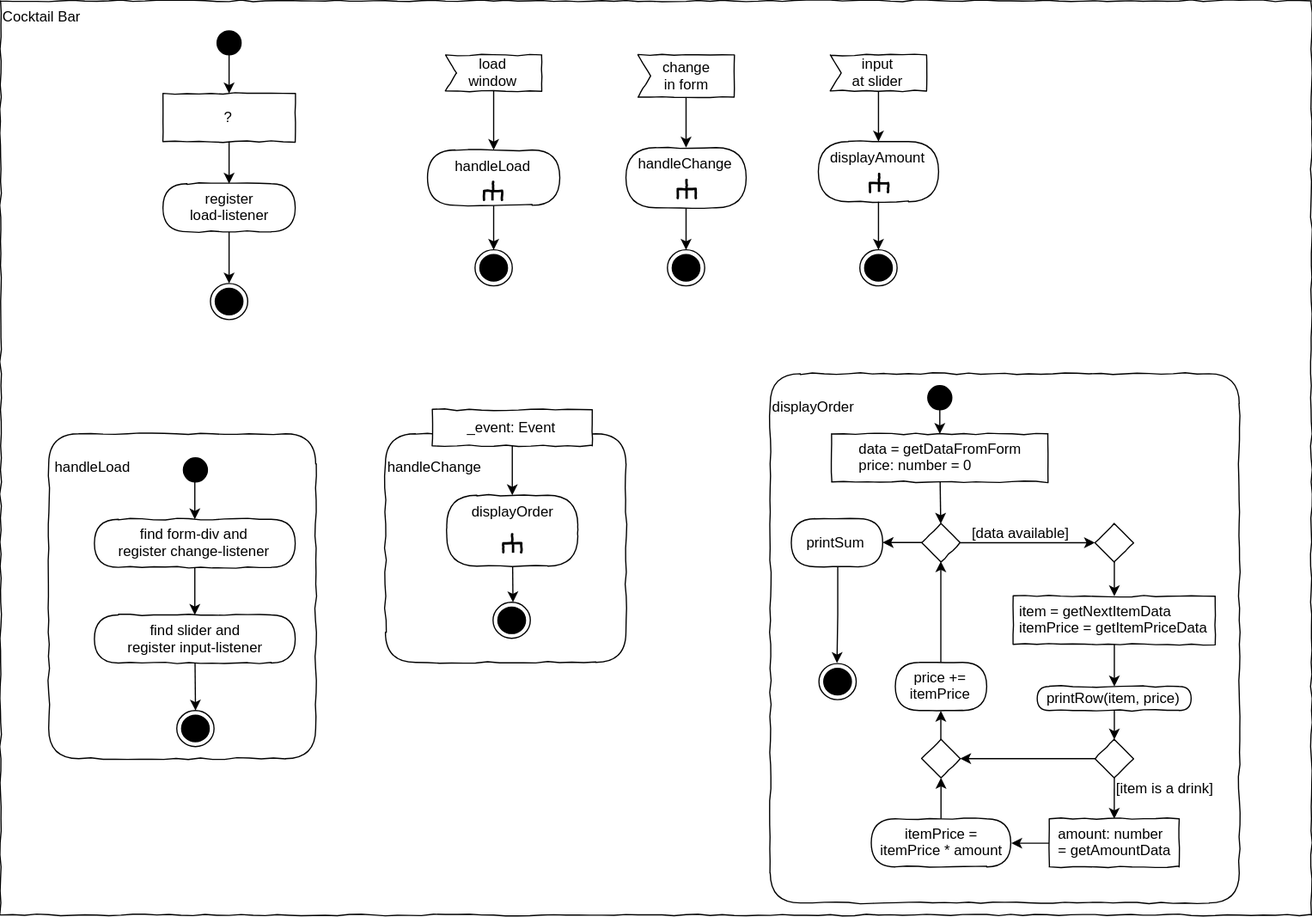
This is L03_FormElements/Material/draw.io/Activity.svg from JirkaDellOro/EIA2-Inverted, a draw.io export, as it was before one commit. Source tidied: cells renumbered, new cells last; positions are measured from the earlier drawing's top-left corner, leaving out a move shared by most shapes.
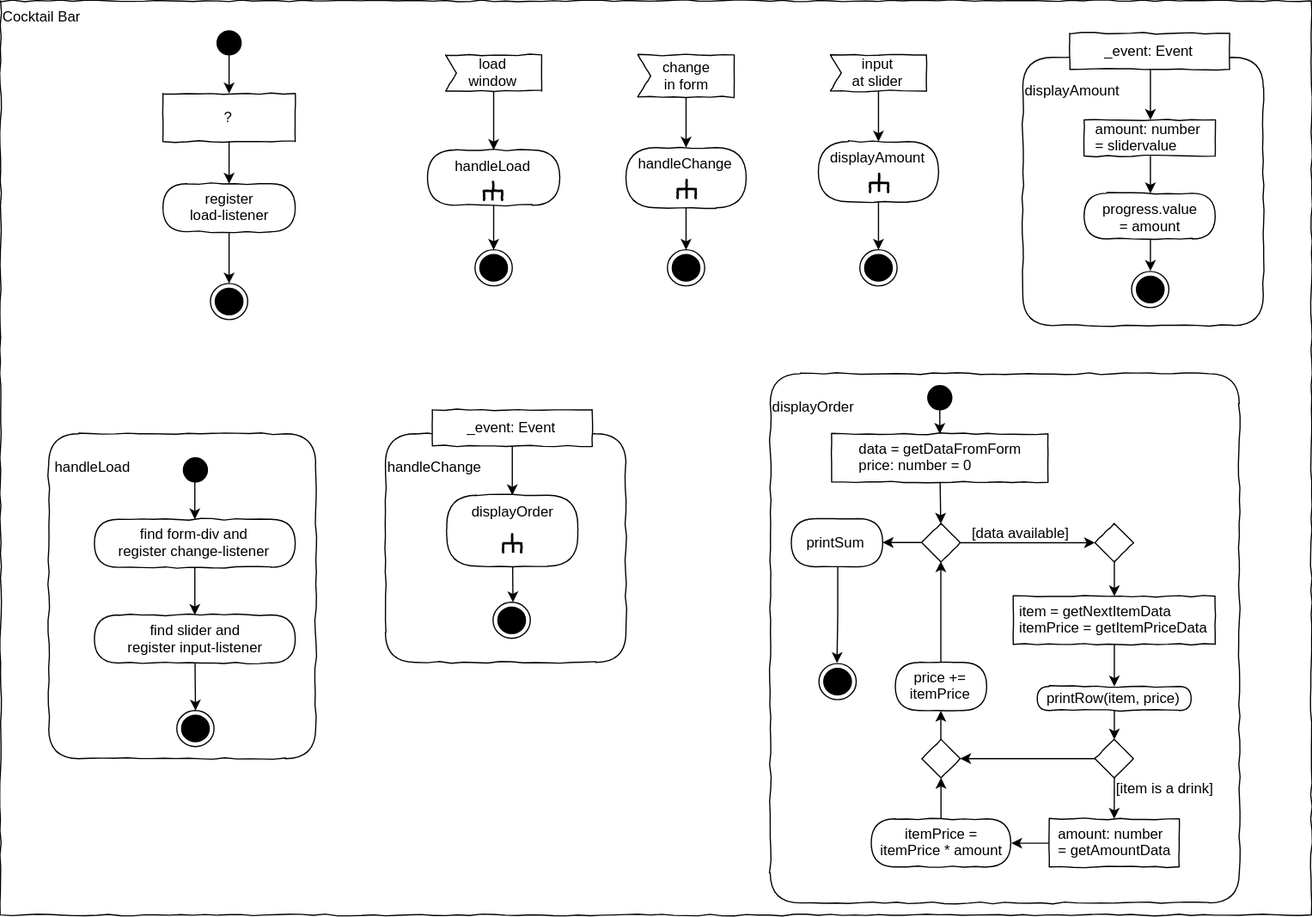
After the change.

Commit message:
Activity diagram done

Diff of the diagram source:
```diff
@@ -253,5 +253,29 @@
     <mxCell id="82" style="edgeStyle=orthogonalEdgeStyle;rounded=0;jettySize=auto;html=1;" parent="1" edge="1" source="67" target="81">
       <mxGeometry relative="1" as="geometry" />
     </mxCell>
+    <mxCell id="83" value="&lt;div style=&quot;text-align: left&quot;&gt;&lt;br&gt;&lt;/div&gt;&lt;div style=&quot;text-align: left&quot;&gt;displayAmount&lt;/div&gt;" style="rounded=1;whiteSpace=wrap;html=1;shadow=0;glass=0;comic=1;strokeColor=#000000;labelPosition=center;verticalLabelPosition=middle;align=left;verticalAlign=top;absoluteArcSize=1;arcSize=50;" parent="1" vertex="1">
+      <mxGeometry x="850" y="47" width="200" height="223" as="geometry" />
+    </mxCell>
+    <mxCell id="84" style="edgeStyle=orthogonalEdgeStyle;rounded=0;jettySize=auto;html=1;" parent="1" edge="1" source="89" target="88">
+      <mxGeometry relative="1" as="geometry" />
+    </mxCell>
+    <mxCell id="85" value="&lt;div style=&quot;text-align: left&quot;&gt;_event: Event&lt;/div&gt;" style="rounded=0;whiteSpace=wrap;html=1;comic=1;align=center;" parent="1" vertex="1">
+      <mxGeometry x="889" y="27" width="133" height="30" as="geometry" />
+    </mxCell>
+    <mxCell id="86" style="ellipse;html=1;shape=endState;fillColor=#000000;strokeColor=#000000;comic=1;align=center;" parent="1" vertex="1">
+      <mxGeometry x="940" y="225" width="31" height="30" as="geometry" />
+    </mxCell>
+    <mxCell id="87" style="edgeStyle=orthogonalEdgeStyle;rounded=0;jettySize=auto;html=1;entryX=0.5;entryY=0;entryDx=0;entryDy=0;" parent="1" edge="1" source="88" target="86">
+      <mxGeometry relative="1" as="geometry" />
+    </mxCell>
+    <mxCell id="88" value="progress.value&lt;br&gt;= amount" style="rounded=1;whiteSpace=wrap;html=1;absoluteArcSize=1;arcSize=50;strokeWidth=1;shadow=0;comic=1;align=center;verticalAlign=top;" parent="1" vertex="1">
+      <mxGeometry x="901" y="160" width="109" height="38" as="geometry" />
+    </mxCell>
+    <mxCell id="89" value="&lt;div style=&quot;text-align: left&quot;&gt;amount: number&amp;nbsp;&lt;/div&gt;&lt;div style=&quot;text-align: left&quot;&gt;= slidervalue&lt;/div&gt;" style="rounded=0;whiteSpace=wrap;html=1;comic=1;align=center;" parent="1" vertex="1">
+      <mxGeometry x="901" y="99" width="109" height="30" as="geometry" />
+    </mxCell>
+    <mxCell id="90" style="edgeStyle=orthogonalEdgeStyle;rounded=0;jettySize=auto;html=1;" parent="1" edge="1" source="85" target="89">
+      <mxGeometry relative="1" as="geometry" />
+    </mxCell>
   </root>
 </mxGraphModel>
```
